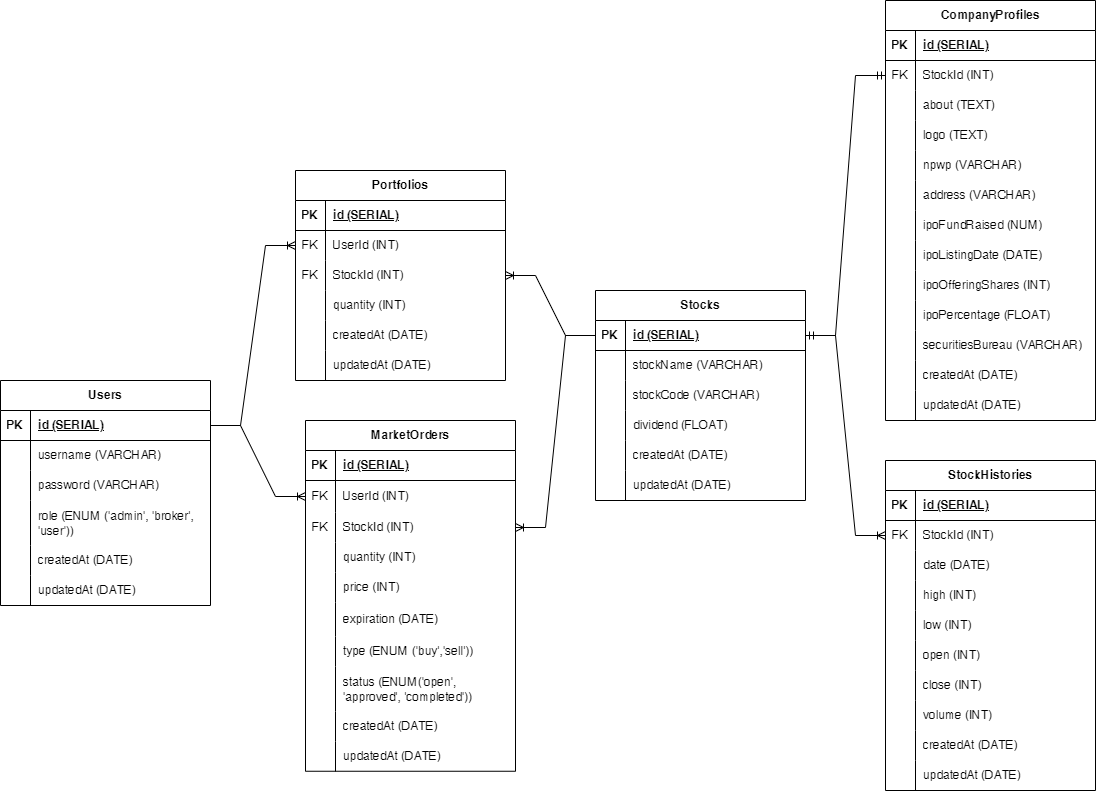
Above: ERD.drawio.png in Alexwilliam112/intelliTrade (draw.io), before the change. Source tidied: cells renumbered, new cells last; positions are measured from the earlier drawing's top-left corner, leaving out a move shared by most shapes.
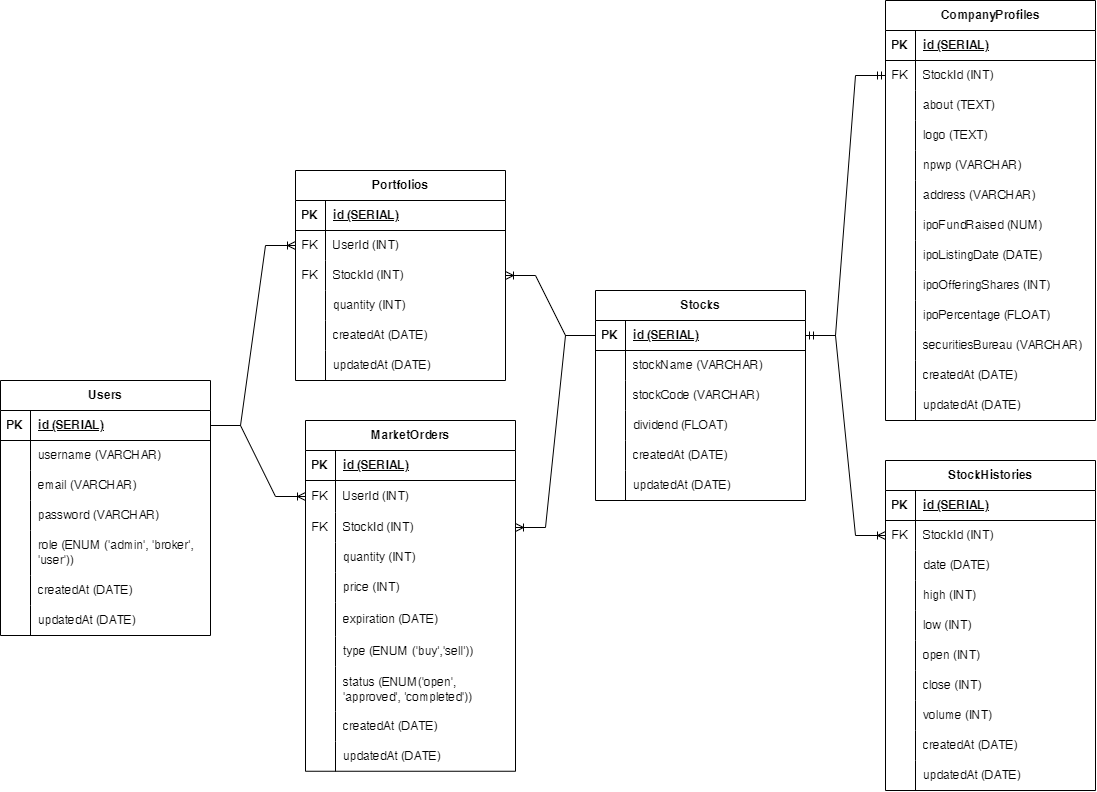
The same file after the commit.

What changed in the source:
```diff
@@ -163,7 +163,7 @@
       <mxGeometry relative="1" as="geometry" />
     </mxCell>
     <mxCell id="54" value="Users" style="shape=table;startSize=30;rowLines=0;fontStyle=1;align=center;html=1;" parent="1" vertex="1">
-      <mxGeometry y="380" width="210" height="225" as="geometry" />
+      <mxGeometry y="380" width="210" height="255" as="geometry" />
     </mxCell>
     <mxCell id="55" style="shape=tableRow;horizontal=0;startSize=0;swimlaneHead=0;swimlaneBody=0;fillColor=none;points=[[0,0.5],[1,0.5]];portConstraint=eastwest;top=0;left=0;right=0;bottom=1;" parent="54" vertex="1">
       <mxGeometry y="30" width="210" height="30" as="geometry" />
@@ -183,8 +183,17 @@
     <mxCell id="60" value="username (VARCHAR)" style="shape=partialRectangle;fillColor=none;top=0;left=0;bottom=0;right=0;align=left;spacingLeft=6;overflow=hidden;whiteSpace=wrap;html=1;" parent="58" vertex="1">
       <mxGeometry x="30" width="180" height="30" as="geometry" />
     </mxCell>
+    <mxCell id="167" style="shape=tableRow;horizontal=0;startSize=0;swimlaneHead=0;swimlaneBody=0;fillColor=none;top=0;left=0;right=0;bottom=0;" parent="54" vertex="1">
+      <mxGeometry y="90" width="210" height="30" as="geometry" />
+    </mxCell>
+    <mxCell id="168" style="shape=partialRectangle;fillColor=none;top=0;left=0;bottom=0;right=0;overflow=hidden;whiteSpace=wrap;html=1;" parent="167" vertex="1">
+      <mxGeometry width="30" height="30" as="geometry" />
+    </mxCell>
+    <mxCell id="169" value="email (VARCHAR)" style="shape=partialRectangle;fillColor=none;top=0;left=0;bottom=0;right=0;align=left;spacingLeft=6;overflow=hidden;whiteSpace=wrap;html=1;" parent="167" vertex="1">
+      <mxGeometry x="30" width="180" height="30" as="geometry" />
+    </mxCell>
     <mxCell id="61" style="shape=tableRow;horizontal=0;startSize=0;swimlaneHead=0;swimlaneBody=0;fillColor=none;top=0;left=0;right=0;bottom=0;" parent="54" vertex="1">
-      <mxGeometry y="90" width="210" height="30" as="geometry" />
+      <mxGeometry y="120" width="210" height="30" as="geometry" />
     </mxCell>
     <mxCell id="62" style="shape=partialRectangle;fillColor=none;top=0;left=0;bottom=0;right=0;overflow=hidden;whiteSpace=wrap;html=1;" parent="61" vertex="1">
       <mxGeometry width="30" height="30" as="geometry" />
@@ -193,7 +202,7 @@
       <mxGeometry x="30" width="180" height="30" as="geometry" />
     </mxCell>
     <mxCell id="64" style="shape=tableRow;horizontal=0;startSize=0;swimlaneHead=0;swimlaneBody=0;fillColor=none;top=0;left=0;right=0;bottom=0;" parent="54" vertex="1">
-      <mxGeometry y="120" width="210" height="45" as="geometry" />
+      <mxGeometry y="150" width="210" height="45" as="geometry" />
     </mxCell>
     <mxCell id="65" style="shape=partialRectangle;fillColor=none;top=0;left=0;bottom=0;right=0;overflow=hidden;whiteSpace=wrap;html=1;" parent="64" vertex="1">
       <mxGeometry width="30" height="45" as="geometry" />
@@ -202,7 +211,7 @@
       <mxGeometry x="30" width="180" height="45" as="geometry" />
     </mxCell>
     <mxCell id="67" style="shape=tableRow;horizontal=0;startSize=0;swimlaneHead=0;swimlaneBody=0;fillColor=none;top=0;left=0;right=0;bottom=0;" parent="54" vertex="1">
-      <mxGeometry y="165" width="210" height="30" as="geometry" />
+      <mxGeometry y="195" width="210" height="30" as="geometry" />
     </mxCell>
     <mxCell id="68" style="shape=partialRectangle;fillColor=none;top=0;left=0;bottom=0;right=0;overflow=hidden;whiteSpace=wrap;html=1;" parent="67" vertex="1">
       <mxGeometry width="30" height="30" as="geometry" />
@@ -211,7 +220,7 @@
       <mxGeometry x="30" width="180" height="30" as="geometry" />
     </mxCell>
     <mxCell id="70" style="shape=tableRow;horizontal=0;startSize=0;swimlaneHead=0;swimlaneBody=0;fillColor=none;top=0;left=0;right=0;bottom=0;" parent="54" vertex="1">
-      <mxGeometry y="195" width="210" height="30" as="geometry" />
+      <mxGeometry y="225" width="210" height="30" as="geometry" />
     </mxCell>
     <mxCell id="71" style="shape=partialRectangle;fillColor=none;top=0;left=0;bottom=0;right=0;overflow=hidden;whiteSpace=wrap;html=1;" parent="70" vertex="1">
       <mxGeometry width="30" height="30" as="geometry" />
```
